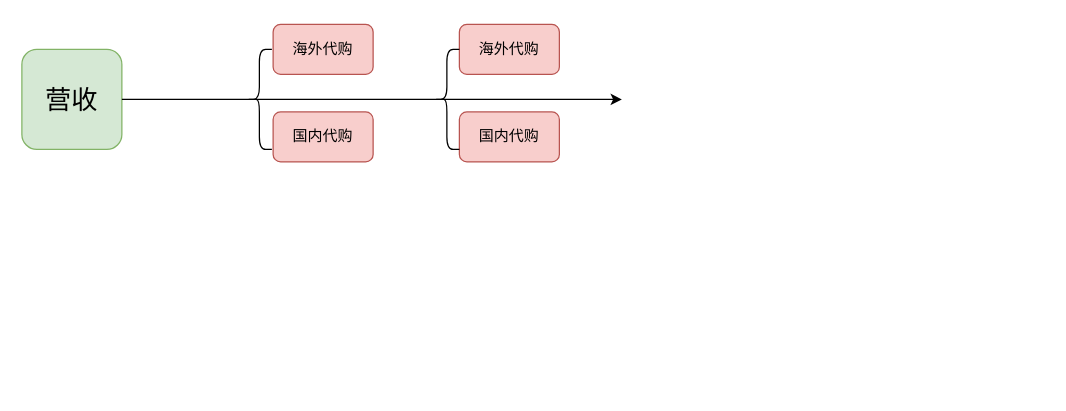
Before: 3个指标变化.drawio in pidada/drawio-peter, a draw.io diagram. Source tidied: cells renumbered, new cells numbered last; positions are measured from the earlier drawing's top-left corner, leaving out a move shared by most shapes. Both pictures are drawn from the tidied source at 125%, with x=0, y=0 at pixel (21, 24).
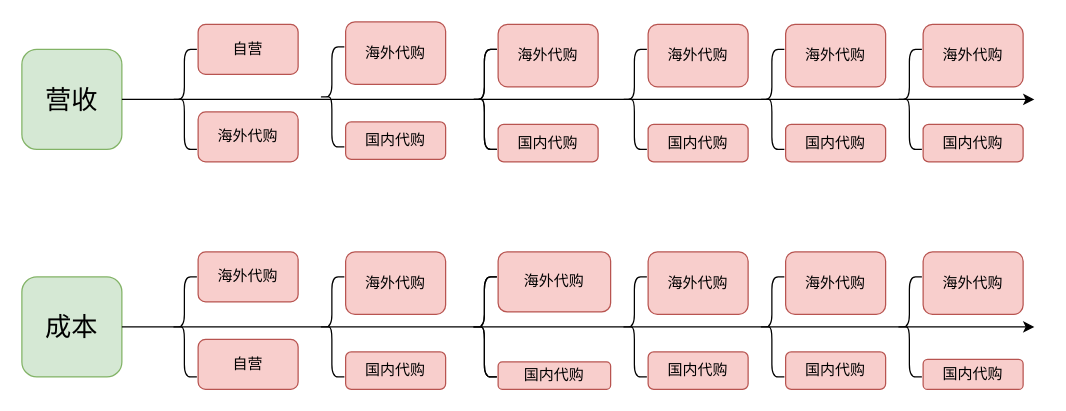
The same page after the edit.

Commit message (it also covers changes not shown here):
Update 3个指标变化.drawio

Diff of the diagram source:
```diff
@@
+    <mxCell id="12" style="group;" parent="1" vertex="1">
+      <mxGeometry y="-2" width="810" height="112" as="geometry" />
+    </mxCell>
-    <mxCell id="2" value="&lt;font style=&quot;font-size: 21px&quot;&gt;营收&lt;/font&gt;" style="rounded=1;whiteSpace=wrap;html=1;fillColor=#d5e8d4;strokeColor=#82b366;" parent="1" vertex="1">
-      <mxGeometry y="20" width="80" height="80" as="geometry" />
+    <mxCell id="2" value="&lt;font style=&quot;font-size: 21px&quot;&gt;营收&lt;/font&gt;" style="rounded=1;whiteSpace=wrap;html=1;fillColor=#d5e8d4;strokeColor=#82b366;" parent="12" vertex="1">
+      <mxGeometry y="22" width="80" height="80" as="geometry" />
     </mxCell>
+    <mxCell id="4" style="endArrow=classic;html=1;exitX=1;exitY=0.5;exitDx=0;exitDy=0;" parent="12" edge="1" source="2">
+      <mxGeometry relative="1" as="geometry">
+        <mxPoint x="810" y="62" as="targetPoint" />
+      </mxGeometry>
+    </mxCell>
+    <mxCell id="13" style="shape=curlyBracket;whiteSpace=wrap;html=1;rounded=1;" parent="12" vertex="1">
+      <mxGeometry x="360" y="22" width="20" height="80" as="geometry" />
+    </mxCell>
+    <mxCell id="14" style="group;" parent="12" vertex="1">
+      <mxGeometry x="120" y="2" width="101" height="110" as="geometry" />
+    </mxCell>
-    <mxCell id="3" style="shape=curlyBracket;whiteSpace=wrap;html=1;rounded=1;" parent="1" vertex="1">
-      <mxGeometry x="180" y="20" width="20" height="80" as="geometry" />
+    <mxCell id="3" style="shape=curlyBracket;whiteSpace=wrap;html=1;rounded=1;" parent="14" vertex="1">
+      <mxGeometry y="20" width="20" height="80" as="geometry" />
     </mxCell>
-    <mxCell id="4" style="endArrow=classic;html=1;exitX=1;exitY=0.5;exitDx=0;exitDy=0;" parent="1" edge="1" source="2">
-      <mxGeometry relative="1" as="geometry">
-        <mxPoint x="480" y="60" as="targetPoint" />
-      </mxGeometry>
-    </mxCell>
-    <mxCell id="5" style="group;" parent="1" vertex="1">
-      <mxGeometry x="201" width="80" height="110" as="geometry" />
+    <mxCell id="5" style="group;" parent="14" vertex="1">
+      <mxGeometry x="21" width="80" height="110" as="geometry" />
     </mxCell>
-    <mxCell id="6" value="海外代购" style="rounded=1;whiteSpace=wrap;html=1;fillColor=#f8cecc;strokeColor=#b85450;" parent="5" vertex="1">
+    <mxCell id="6" value="自营" style="rounded=1;whiteSpace=wrap;html=1;fillColor=#f8cecc;strokeColor=#b85450;" parent="5" vertex="1">
       <mxGeometry width="80" height="40" as="geometry" />
     </mxCell>
-    <mxCell id="7" value="国内代购" style="rounded=1;whiteSpace=wrap;html=1;fillColor=#f8cecc;strokeColor=#b85450;" parent="5" vertex="1">
+    <mxCell id="7" value="海外代购" style="rounded=1;whiteSpace=wrap;html=1;fillColor=#f8cecc;strokeColor=#b85450;" parent="5" vertex="1">
       <mxGeometry y="70" width="80" height="40" as="geometry" />
     </mxCell>
+    <mxCell id="15" style="group;" parent="12" vertex="1">
+      <mxGeometry x="238" width="100" height="110" as="geometry" />
+    </mxCell>
-    <mxCell id="8" style="group;" parent="1" vertex="1">
-      <mxGeometry x="350" width="80" height="110" as="geometry" />
+    <mxCell id="8" style="group;" parent="15" vertex="1">
+      <mxGeometry x="21" width="80" height="110" as="geometry" />
     </mxCell>
     <mxCell id="9" value="海外代购" style="rounded=1;whiteSpace=wrap;html=1;fillColor=#f8cecc;strokeColor=#b85450;" parent="8" vertex="1">
-      <mxGeometry width="80" height="40" as="geometry" />
+      <mxGeometry width="80" height="50" as="geometry" />
     </mxCell>
     <mxCell id="10" value="国内代购" style="rounded=1;whiteSpace=wrap;html=1;fillColor=#f8cecc;strokeColor=#b85450;" parent="8" vertex="1">
-      <mxGeometry y="70" width="80" height="40" as="geometry" />
+      <mxGeometry y="80" width="80" height="30" as="geometry" />
     </mxCell>
-    <mxCell id="11" style="shape=curlyBracket;whiteSpace=wrap;html=1;rounded=1;" parent="1" vertex="1">
-      <mxGeometry x="330" y="20" width="20" height="80" as="geometry" />
+    <mxCell id="11" style="shape=curlyBracket;whiteSpace=wrap;html=1;rounded=1;" parent="15" vertex="1">
+      <mxGeometry y="20" width="20" height="80" as="geometry" />
     </mxCell>
+    <mxCell id="16" style="group;" parent="12" vertex="1">
+      <mxGeometry x="360" y="2" width="100" height="110" as="geometry" />
+    </mxCell>
+    <mxCell id="17" style="group;" parent="16" vertex="1">
+      <mxGeometry x="21" width="80" height="110" as="geometry" />
+    </mxCell>
+    <mxCell id="18" value="海外代购" style="rounded=1;whiteSpace=wrap;html=1;fillColor=#f8cecc;strokeColor=#b85450;" parent="17" vertex="1">
+      <mxGeometry width="80" height="50" as="geometry" />
+    </mxCell>
+    <mxCell id="19" value="国内代购" style="rounded=1;whiteSpace=wrap;html=1;fillColor=#f8cecc;strokeColor=#b85450;" parent="17" vertex="1">
+      <mxGeometry y="80" width="80" height="30" as="geometry" />
+    </mxCell>
+    <mxCell id="20" style="shape=curlyBracket;whiteSpace=wrap;html=1;rounded=1;" parent="16" vertex="1">
+      <mxGeometry y="20" width="20" height="80" as="geometry" />
+    </mxCell>
+    <mxCell id="21" style="group;" parent="12" vertex="1">
+      <mxGeometry x="480" y="2" width="100" height="110" as="geometry" />
+    </mxCell>
+    <mxCell id="22" style="group;" parent="21" vertex="1">
+      <mxGeometry x="21" width="80" height="110" as="geometry" />
+    </mxCell>
+    <mxCell id="23" value="海外代购" style="rounded=1;whiteSpace=wrap;html=1;fillColor=#f8cecc;strokeColor=#b85450;" parent="22" vertex="1">
+      <mxGeometry width="80" height="50" as="geometry" />
+    </mxCell>
+    <mxCell id="24" value="国内代购" style="rounded=1;whiteSpace=wrap;html=1;fillColor=#f8cecc;strokeColor=#b85450;" parent="22" vertex="1">
+      <mxGeometry y="80" width="80" height="30" as="geometry" />
+    </mxCell>
+    <mxCell id="25" style="shape=curlyBracket;whiteSpace=wrap;html=1;rounded=1;" parent="21" vertex="1">
+      <mxGeometry y="20" width="20" height="80" as="geometry" />
+    </mxCell>
+    <mxCell id="26" style="group;" parent="12" vertex="1">
+      <mxGeometry x="590" y="2" width="100" height="110" as="geometry" />
+    </mxCell>
+    <mxCell id="27" style="group;" parent="26" vertex="1">
+      <mxGeometry x="21" width="80" height="110" as="geometry" />
+    </mxCell>
+    <mxCell id="28" value="海外代购" style="rounded=1;whiteSpace=wrap;html=1;fillColor=#f8cecc;strokeColor=#b85450;" parent="27" vertex="1">
+      <mxGeometry width="80" height="50" as="geometry" />
+    </mxCell>
+    <mxCell id="29" value="国内代购" style="rounded=1;whiteSpace=wrap;html=1;fillColor=#f8cecc;strokeColor=#b85450;" parent="27" vertex="1">
+      <mxGeometry y="80" width="80" height="30" as="geometry" />
+    </mxCell>
+    <mxCell id="30" style="shape=curlyBracket;whiteSpace=wrap;html=1;rounded=1;" parent="26" vertex="1">
+      <mxGeometry y="20" width="20" height="80" as="geometry" />
+    </mxCell>
+    <mxCell id="31" style="group;" parent="12" vertex="1">
+      <mxGeometry x="700" y="2" width="100" height="110" as="geometry" />
+    </mxCell>
+    <mxCell id="32" style="group;" parent="31" vertex="1">
+      <mxGeometry x="21" width="80" height="110" as="geometry" />
+    </mxCell>
+    <mxCell id="33" value="海外代购" style="rounded=1;whiteSpace=wrap;html=1;fillColor=#f8cecc;strokeColor=#b85450;" parent="32" vertex="1">
+      <mxGeometry width="80" height="50" as="geometry" />
+    </mxCell>
+    <mxCell id="34" value="国内代购" style="rounded=1;whiteSpace=wrap;html=1;fillColor=#f8cecc;strokeColor=#b85450;" parent="32" vertex="1">
+      <mxGeometry y="80" width="80" height="30" as="geometry" />
+    </mxCell>
+    <mxCell id="35" style="shape=curlyBracket;whiteSpace=wrap;html=1;rounded=1;" parent="31" vertex="1">
+      <mxGeometry y="20" width="20" height="80" as="geometry" />
+    </mxCell>
+    <mxCell id="36" style="group;fontStyle=4;" parent="1" vertex="1">
+      <mxGeometry y="180" width="810" height="112" as="geometry" />
+    </mxCell>
+    <mxCell id="37" value="&lt;font style=&quot;font-size: 21px&quot;&gt;成本&lt;/font&gt;" style="rounded=1;whiteSpace=wrap;html=1;fillColor=#d5e8d4;strokeColor=#82b366;" parent="36" vertex="1">
+      <mxGeometry y="22" width="80" height="80" as="geometry" />
+    </mxCell>
+    <mxCell id="38" style="endArrow=classic;html=1;exitX=1;exitY=0.5;exitDx=0;exitDy=0;" parent="36" edge="1" source="37">
+      <mxGeometry relative="1" as="geometry">
+        <mxPoint x="810" y="62" as="targetPoint" />
+      </mxGeometry>
+    </mxCell>
+    <mxCell id="39" style="shape=curlyBracket;whiteSpace=wrap;html=1;rounded=1;" parent="36" vertex="1">
+      <mxGeometry x="360" y="22" width="20" height="80" as="geometry" />
+    </mxCell>
+    <mxCell id="40" style="group;" parent="36" vertex="1">
+      <mxGeometry x="120" y="2" width="101" height="110" as="geometry" />
+    </mxCell>
+    <mxCell id="41" style="shape=curlyBracket;whiteSpace=wrap;html=1;rounded=1;" parent="40" vertex="1">
+      <mxGeometry y="20" width="20" height="80" as="geometry" />
+    </mxCell>
+    <mxCell id="42" style="group;" parent="40" vertex="1">
+      <mxGeometry x="21" width="80" height="110" as="geometry" />
+    </mxCell>
+    <mxCell id="43" value="海外代购" style="rounded=1;whiteSpace=wrap;html=1;fillColor=#f8cecc;strokeColor=#b85450;" parent="42" vertex="1">
+      <mxGeometry width="80" height="40" as="geometry" />
+    </mxCell>
+    <mxCell id="44" value="自营" style="rounded=1;whiteSpace=wrap;html=1;fillColor=#f8cecc;strokeColor=#b85450;" parent="42" vertex="1">
+      <mxGeometry y="70" width="80" height="40" as="geometry" />
+    </mxCell>
+    <mxCell id="45" style="group;" parent="36" vertex="1">
+      <mxGeometry x="238" y="2" width="100" height="110" as="geometry" />
+    </mxCell>
+    <mxCell id="46" style="group;" parent="45" vertex="1">
+      <mxGeometry x="21" width="80" height="110" as="geometry" />
+    </mxCell>
+    <mxCell id="47" value="海外代购" style="rounded=1;whiteSpace=wrap;html=1;fillColor=#f8cecc;strokeColor=#b85450;" parent="46" vertex="1">
+      <mxGeometry width="80" height="50" as="geometry" />
+    </mxCell>
+    <mxCell id="48" value="国内代购" style="rounded=1;whiteSpace=wrap;html=1;fillColor=#f8cecc;strokeColor=#b85450;" parent="46" vertex="1">
+      <mxGeometry y="80" width="80" height="30" as="geometry" />
+    </mxCell>
+    <mxCell id="49" style="shape=curlyBracket;whiteSpace=wrap;html=1;rounded=1;" parent="45" vertex="1">
+      <mxGeometry y="20" width="20" height="80" as="geometry" />
+    </mxCell>
+    <mxCell id="50" style="group;" parent="36" vertex="1">
+      <mxGeometry x="360" y="2" width="111" height="110" as="geometry" />
+    </mxCell>
+    <mxCell id="51" style="group;" parent="50" vertex="1">
+      <mxGeometry x="21" width="90" height="110" as="geometry" />
+    </mxCell>
+    <mxCell id="52" value="海外代购" style="rounded=1;whiteSpace=wrap;html=1;fillColor=#f8cecc;strokeColor=#b85450;" parent="51" vertex="1">
+      <mxGeometry width="90" height="48" as="geometry" />
+    </mxCell>
+    <mxCell id="53" value="国内代购" style="rounded=1;whiteSpace=wrap;html=1;fillColor=#f8cecc;strokeColor=#b85450;" parent="51" vertex="1">
+      <mxGeometry y="88" width="90" height="22" as="geometry" />
+    </mxCell>
+    <mxCell id="54" style="shape=curlyBracket;whiteSpace=wrap;html=1;rounded=1;" parent="50" vertex="1">
+      <mxGeometry y="20" width="20" height="80" as="geometry" />
+    </mxCell>
+    <mxCell id="55" style="group;" parent="36" vertex="1">
+      <mxGeometry x="480" y="2" width="100" height="110" as="geometry" />
+    </mxCell>
+    <mxCell id="56" style="group;" parent="55" vertex="1">
+      <mxGeometry x="21" width="80" height="110" as="geometry" />
+    </mxCell>
+    <mxCell id="57" value="海外代购" style="rounded=1;whiteSpace=wrap;html=1;fillColor=#f8cecc;strokeColor=#b85450;" parent="56" vertex="1">
+      <mxGeometry width="80" height="50" as="geometry" />
+    </mxCell>
+    <mxCell id="58" value="国内代购" style="rounded=1;whiteSpace=wrap;html=1;fillColor=#f8cecc;strokeColor=#b85450;" parent="56" vertex="1">
+      <mxGeometry y="80" width="80" height="30" as="geometry" />
+    </mxCell>
+    <mxCell id="59" style="shape=curlyBracket;whiteSpace=wrap;html=1;rounded=1;" parent="55" vertex="1">
+      <mxGeometry y="20" width="20" height="80" as="geometry" />
+    </mxCell>
+    <mxCell id="60" style="group;" parent="36" vertex="1">
+      <mxGeometry x="590" y="2" width="100" height="110" as="geometry" />
+    </mxCell>
+    <mxCell id="61" style="group;" parent="60" vertex="1">
+      <mxGeometry x="21" width="80" height="110" as="geometry" />
+    </mxCell>
+    <mxCell id="62" value="海外代购" style="rounded=1;whiteSpace=wrap;html=1;fillColor=#f8cecc;strokeColor=#b85450;" parent="61" vertex="1">
+      <mxGeometry width="80" height="50" as="geometry" />
+    </mxCell>
+    <mxCell id="63" value="国内代购" style="rounded=1;whiteSpace=wrap;html=1;fillColor=#f8cecc;strokeColor=#b85450;" parent="61" vertex="1">
+      <mxGeometry y="80" width="80" height="30" as="geometry" />
+    </mxCell>
+    <mxCell id="64" style="shape=curlyBracket;whiteSpace=wrap;html=1;rounded=1;" parent="60" vertex="1">
+      <mxGeometry y="20" width="20" height="80" as="geometry" />
+    </mxCell>
+    <mxCell id="65" style="group;" parent="36" vertex="1">
+      <mxGeometry x="700" y="2" width="100" height="110" as="geometry" />
+    </mxCell>
+    <mxCell id="66" style="group;" parent="65" vertex="1">
+      <mxGeometry x="21" width="80" height="110" as="geometry" />
+    </mxCell>
+    <mxCell id="67" value="海外代购" style="rounded=1;whiteSpace=wrap;html=1;fillColor=#f8cecc;strokeColor=#b85450;" parent="66" vertex="1">
+      <mxGeometry width="80" height="50" as="geometry" />
+    </mxCell>
+    <mxCell id="68" value="国内代购" style="rounded=1;whiteSpace=wrap;html=1;fillColor=#f8cecc;strokeColor=#b85450;" parent="66" vertex="1">
+      <mxGeometry y="86" width="80" height="24" as="geometry" />
+    </mxCell>
+    <mxCell id="69" style="shape=curlyBracket;whiteSpace=wrap;html=1;rounded=1;" parent="65" vertex="1">
+      <mxGeometry y="20" width="20" height="80" as="geometry" />
+    </mxCell>
```
